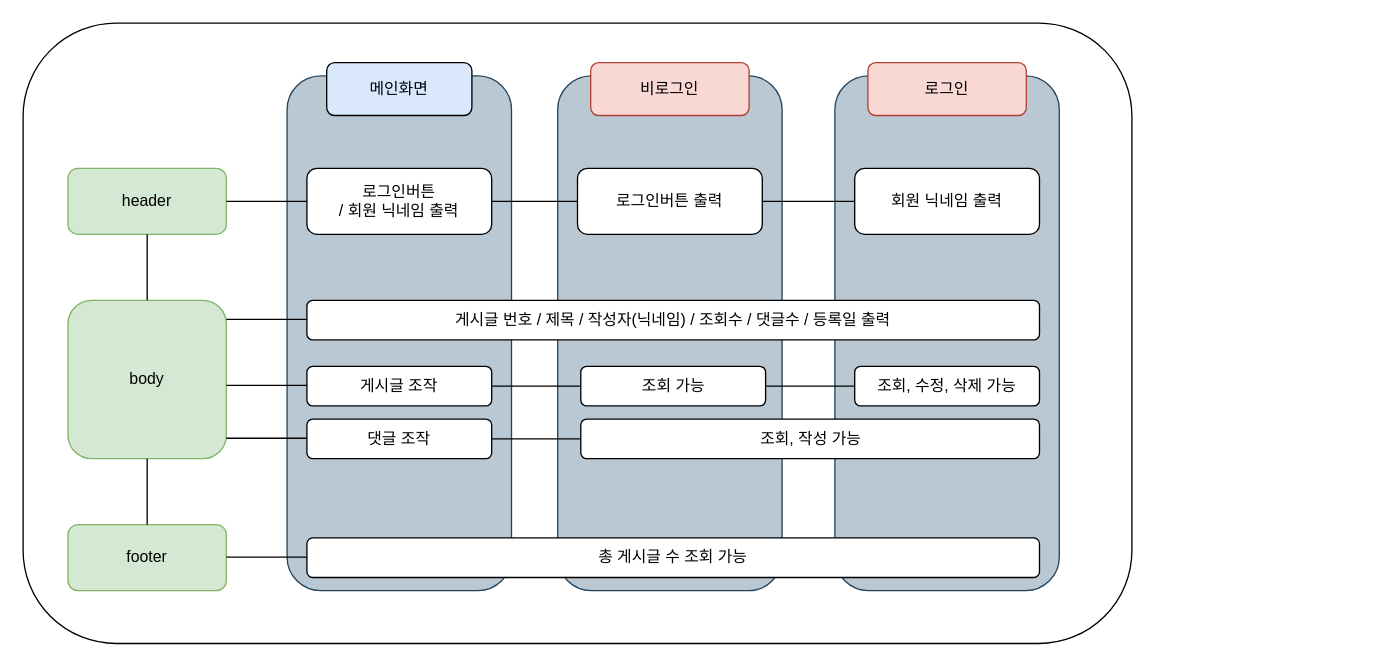
This is spring/login.drawio from EST-94/java, a draw.io file, before an edit. Source tidied: cells renumbered, new cells numbered last; positions are measured from the earlier drawing's top-left corner, leaving out a move shared by most shapes. Both pictures are drawn from the tidied source at 132%, with x=0, y=0 at pixel (22, 22).
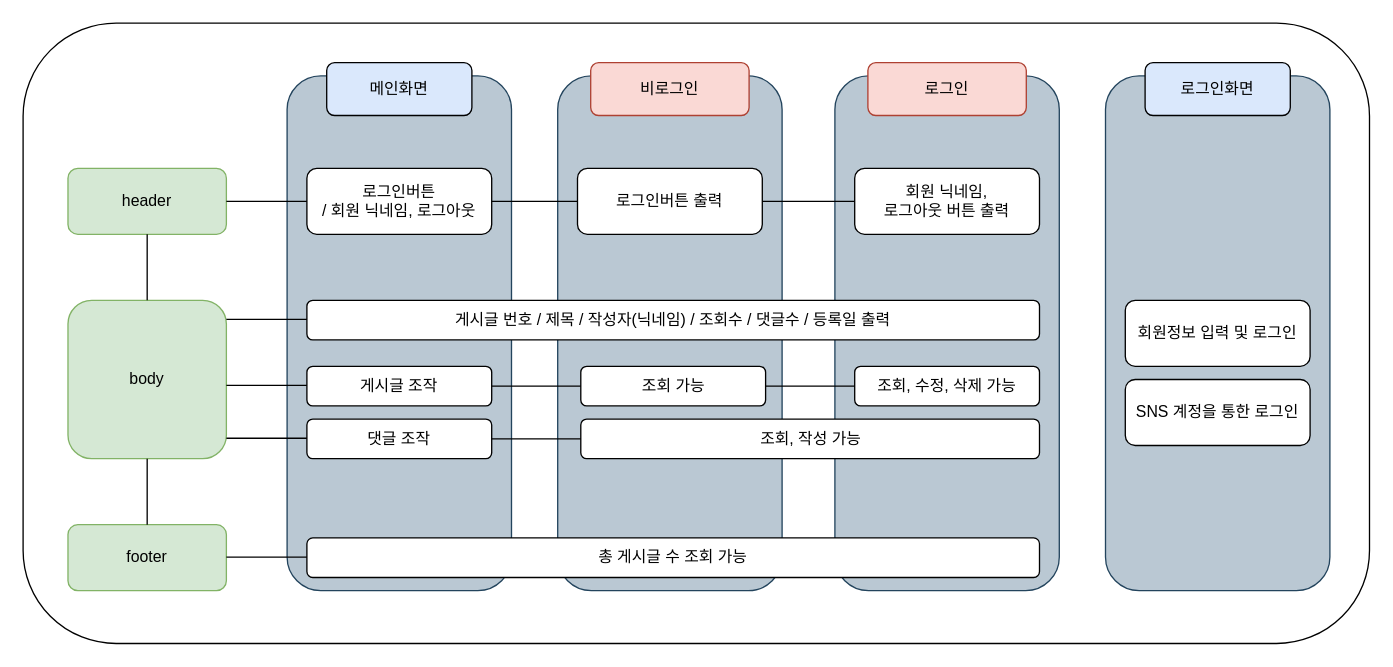
The same diagram, later.

What changed in the source:
```diff
@@
     <mxCell id="2" style="rounded=1;whiteSpace=wrap;html=1;fillColor=none;" parent="1" vertex="1">
-      <mxGeometry width="840" height="470" as="geometry" />
+      <mxGeometry width="1020" height="470" as="geometry" />
     </mxCell>
@@
-    <mxCell id="12" value="로그인버튼 &lt;br&gt;/ 회원 닉네임 출력" style="rounded=1;whiteSpace=wrap;html=1;" parent="1" vertex="1">
+    <mxCell id="12" value="로그인버튼 &lt;br&gt;/ 회원 닉네임, 로그아웃" style="rounded=1;whiteSpace=wrap;html=1;" parent="1" vertex="1">
       <mxGeometry x="215" y="110" width="140" height="50" as="geometry" />
     </mxCell>
@@
-    <mxCell id="16" value="회원 닉네임 출력" style="rounded=1;whiteSpace=wrap;html=1;" parent="1" vertex="1">
+    <mxCell id="16" value="회원 닉네임, &lt;br&gt;로그아웃 버튼 출력" style="rounded=1;whiteSpace=wrap;html=1;" parent="1" vertex="1">
       <mxGeometry x="630" y="110" width="140" height="50" as="geometry" />
     </mxCell>
@@
+    <mxCell id="34" style="rounded=1;whiteSpace=wrap;html=1;fillColor=#bac8d3;strokeColor=#23445d;" parent="1" vertex="1">
+      <mxGeometry x="820" y="40" width="170" height="390" as="geometry" />
+    </mxCell>
+    <mxCell id="35" value="로그인화면" style="rounded=1;whiteSpace=wrap;html=1;fillColor=#dae8fc;" parent="1" vertex="1">
+      <mxGeometry x="850" y="30" width="110" height="40" as="geometry" />
+    </mxCell>
+    <mxCell id="36" value="회원정보 입력 및 로그인" style="rounded=1;whiteSpace=wrap;html=1;" parent="1" vertex="1">
+      <mxGeometry x="835" y="210" width="140" height="50" as="geometry" />
+    </mxCell>
+    <mxCell id="37" value="SNS 계정을 통한 로그인" style="rounded=1;whiteSpace=wrap;html=1;" parent="1" vertex="1">
+      <mxGeometry x="835" y="270" width="140" height="50" as="geometry" />
+    </mxCell>
```
